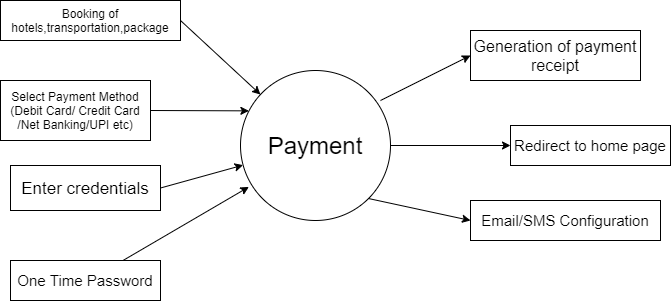
Before: DFDPayment.png, a diagram exported from draw.io (bidya01/Programs). Source tidied: cells renumbered, new cells last; positions are measured from the earlier drawing's top-left corner, leaving out a move shared by most shapes.
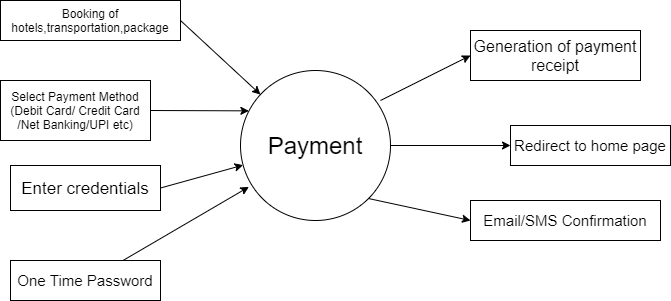
Above is the later version.

What changed in the source:
```diff
@@ -42,7 +42,7 @@
     <mxCell id="13" style="endArrow=classic;html=1;exitX=1;exitY=1;exitDx=0;exitDy=0;entryX=0;entryY=0.5;entryDx=0;entryDy=0;" parent="1" edge="1" source="2" target="14">
       <mxGeometry relative="1" as="geometry" />
     </mxCell>
-    <mxCell id="14" value="&lt;font style=&quot;font-size: 15px&quot;&gt;Email/SMS Configuration&lt;/font&gt;" style="rounded=0;whiteSpace=wrap;html=1;" parent="1" vertex="1">
+    <mxCell id="14" value="&lt;font style=&quot;font-size: 15px&quot;&gt;Email/SMS Confirmation&lt;/font&gt;" style="rounded=0;whiteSpace=wrap;html=1;" parent="1" vertex="1">
       <mxGeometry x="470" y="200" width="190" height="40" as="geometry" />
     </mxCell>
     <mxCell id="15" value="Booking of hotels,transportation,package" style="rounded=0;whiteSpace=wrap;html=1;" parent="1" vertex="1">
```
